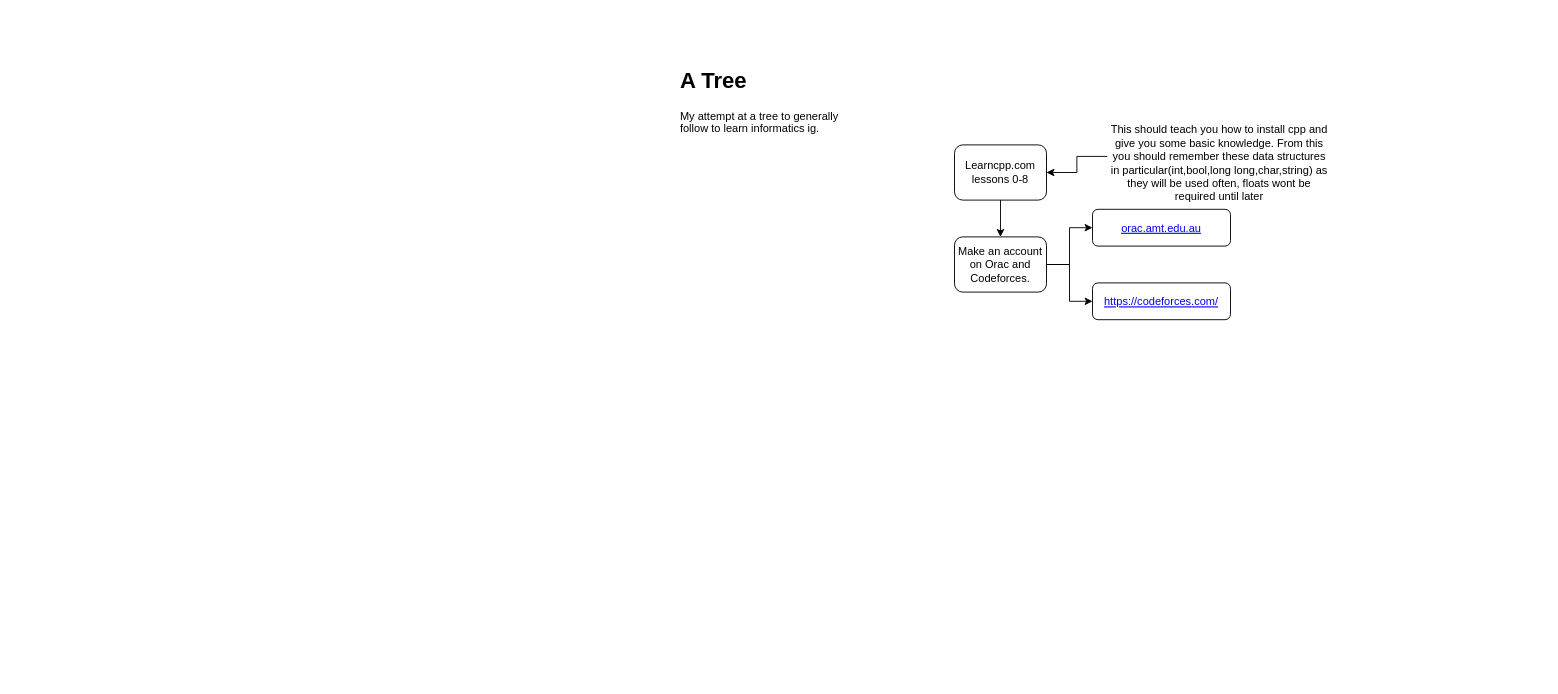
Above: aio.drawio in RainFox141/tree (draw.io), before the change. Source tidied: cells renumbered, new cells numbered last; positions are measured from the earlier drawing's top-left corner, leaving out a move shared by most shapes. Both pictures are drawn from the tidied source at 92%, with x=0, y=0 at pixel (678, 62).
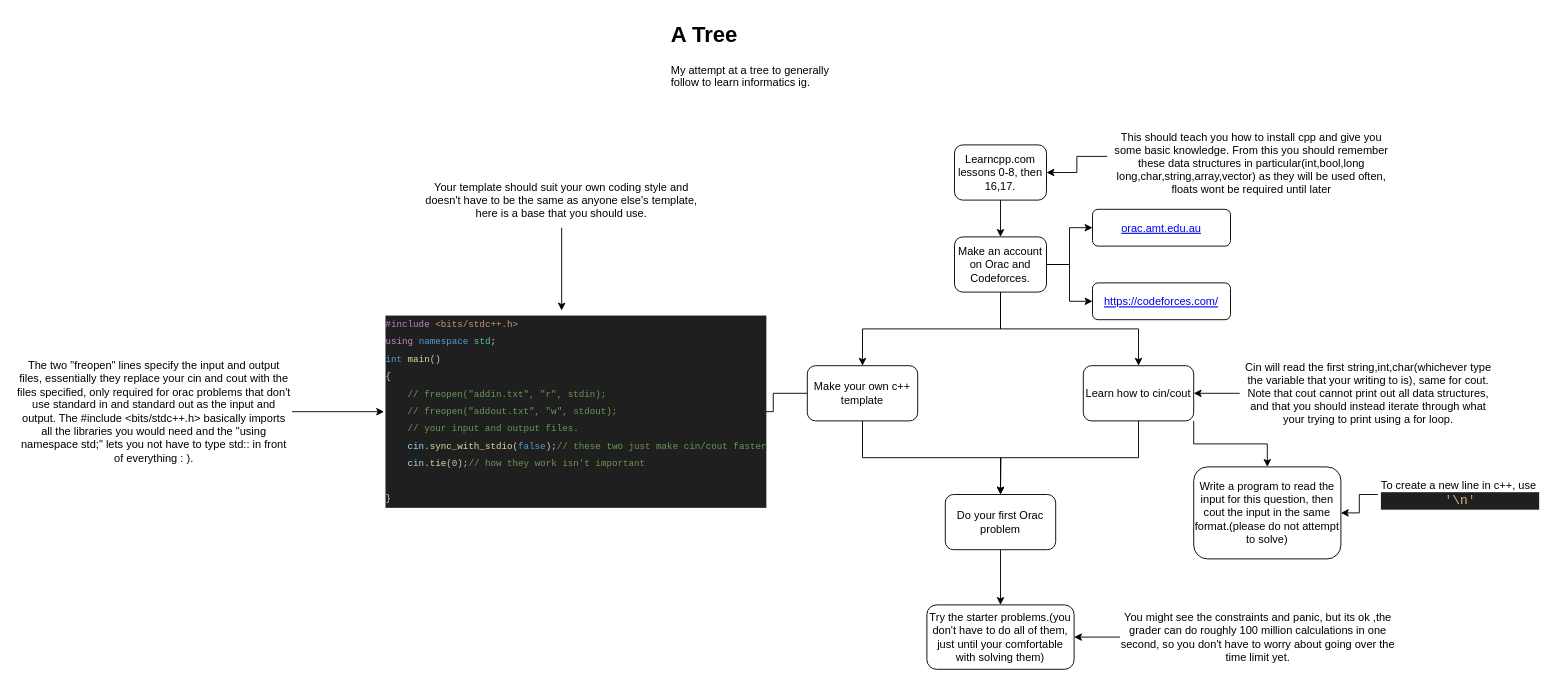
After the change.

The change refers to these unchanged cells:
```xml
<mxCell id="9" value="Make an account on Orac and Codeforces." style="rounded=1;whiteSpace=wrap;html=1;" parent="1" vertex="1">
  <mxGeometry x="300" y="190" width="100" height="60" as="geometry" />
</mxCell>
```

Diff of the diagram source:
```diff
@@
     <mxCell id="2" value="&lt;h1 style=&quot;margin-top: 0px;&quot;&gt;A Tree&lt;br&gt;&lt;/h1&gt;&lt;p&gt;My attempt at a tree to generally follow to learn informatics ig.&lt;br&gt;&lt;/p&gt;" style="text;html=1;whiteSpace=wrap;overflow=hidden;rounded=0;" parent="1" vertex="1">
-      <mxGeometry width="180" height="140" as="geometry" />
+      <mxGeometry x="-10" y="-50" width="180" height="140" as="geometry" />
     </mxCell>
@@
-    <mxCell id="4" value="Learncpp.com lessons 0-8" style="rounded=1;whiteSpace=wrap;html=1;" parent="1" vertex="1">
+    <mxCell id="4" value="Learncpp.com lessons 0-8, then 16,17." style="rounded=1;whiteSpace=wrap;html=1;" parent="1" vertex="1">
       <mxGeometry x="300" y="90" width="100" height="60" as="geometry" />
     </mxCell>
@@
-    <mxCell id="6" value="This should teach you how to install cpp and give you some basic knowledge. From this you should remember these data structures in particular(int,bool,long long,char,string) as they will be used often, floats wont be required until later" style="text;html=1;align=center;verticalAlign=middle;whiteSpace=wrap;rounded=0;" parent="1" vertex="1">
-      <mxGeometry x="466" y="95" width="244" height="30" as="geometry" />
+    <mxCell id="6" value="This should teach you how to install cpp and give you some basic knowledge. From this you should remember these data structures in particular(int,bool,long long,char,string,array,vector) as they will be used often, floats wont be required until later" style="text;html=1;align=center;verticalAlign=middle;whiteSpace=wrap;rounded=0;" parent="1" vertex="1">
+      <mxGeometry x="466" y="95" width="314" height="30" as="geometry" />
     </mxCell>
@@
+    <mxCell id="12" style="edgeStyle=orthogonalEdgeStyle;rounded=0;jettySize=auto;html=1;exitX=0.5;exitY=1;exitDx=0;exitDy=0;entryX=0.5;entryY=0;entryDx=0;entryDy=0;" parent="1" edge="1" source="9" target="16">
+      <mxGeometry relative="1" as="geometry" />
+    </mxCell>
+    <mxCell id="13" style="edgeStyle=orthogonalEdgeStyle;rounded=0;jettySize=auto;html=1;exitX=0.5;exitY=1;exitDx=0;exitDy=0;" parent="1" edge="1" source="9" target="24">
+      <mxGeometry relative="1" as="geometry" />
+    </mxCell>
@@
+    <mxCell id="14" style="edgeStyle=orthogonalEdgeStyle;rounded=0;jettySize=auto;html=1;exitX=0;exitY=0.5;exitDx=0;exitDy=0;entryX=1;entryY=0.5;entryDx=0;entryDy=0;" parent="1" edge="1" source="16" target="19">
+      <mxGeometry relative="1" as="geometry" />
+    </mxCell>
+    <mxCell id="15" style="edgeStyle=orthogonalEdgeStyle;rounded=0;jettySize=auto;html=1;exitX=0.5;exitY=1;exitDx=0;exitDy=0;" parent="1" edge="1" source="16">
+      <mxGeometry relative="1" as="geometry">
+        <mxPoint x="350" y="470" as="targetPoint" />
+      </mxGeometry>
+    </mxCell>
+    <mxCell id="16" value="Make your own c++ template" style="rounded=1;whiteSpace=wrap;html=1;" parent="1" vertex="1">
+      <mxGeometry x="140" y="330" width="120" height="60" as="geometry" />
+    </mxCell>
+    <mxCell id="17" style="edgeStyle=orthogonalEdgeStyle;rounded=0;jettySize=auto;html=1;exitX=0.5;exitY=1;exitDx=0;exitDy=0;entryX=0.5;entryY=0;entryDx=0;entryDy=0;" parent="1" edge="1" source="18" target="19">
+      <mxGeometry relative="1" as="geometry" />
+    </mxCell>
+    <mxCell id="18" value="Your template should suit your own coding style and doesn't have to be the same as anyone else's template, here is a base that you should use.&lt;br&gt;&lt;br&gt;&lt;div&gt;&lt;br/&gt;&lt;/div&gt;" style="text;html=1;align=center;verticalAlign=middle;whiteSpace=wrap;rounded=0;" parent="1" vertex="1">
+      <mxGeometry x="-284" y="150" width="314" height="30" as="geometry" />
+    </mxCell>
+    <mxCell id="19" value="&lt;div style=&quot;color: rgb(204, 204, 204); background-color: rgb(31, 31, 31); font-family: Consolas, &amp;quot;Courier New&amp;quot;, monospace; font-weight: normal; line-height: 19px; white-space: pre;&quot;&gt;&lt;div&gt;&lt;span style=&quot;color: #c586c0;&quot;&gt;#include&lt;/span&gt;&lt;span style=&quot;color: #569cd6;&quot;&gt; &lt;/span&gt;&lt;span style=&quot;color: #ce9178;&quot;&gt;&amp;lt;bits/stdc++.h&amp;gt;&lt;/span&gt;&lt;/div&gt;&lt;div&gt;&lt;span style=&quot;color: #c586c0;&quot;&gt;using&lt;/span&gt;&lt;span style=&quot;color: #cccccc;&quot;&gt; &lt;/span&gt;&lt;span style=&quot;color: #569cd6;&quot;&gt;namespace&lt;/span&gt;&lt;span style=&quot;color: #cccccc;&quot;&gt; &lt;/span&gt;&lt;span style=&quot;color: #4ec9b0;&quot;&gt;std&lt;/span&gt;&lt;span style=&quot;color: #cccccc;&quot;&gt;;&lt;/span&gt;&lt;/div&gt;&lt;div&gt;&lt;span style=&quot;color: #569cd6;&quot;&gt;int&lt;/span&gt;&lt;span style=&quot;color: #cccccc;&quot;&gt; &lt;/span&gt;&lt;span style=&quot;color: #dcdcaa;&quot;&gt;main&lt;/span&gt;&lt;span style=&quot;color: #cccccc;&quot;&gt;()&lt;/span&gt;&lt;/div&gt;&lt;div&gt;&lt;span style=&quot;color: #cccccc;&quot;&gt;{&lt;/span&gt;&lt;/div&gt;&lt;div&gt;&lt;span style=&quot;color: #6a9955;&quot;&gt;&amp;nbsp; &amp;nbsp; // freopen(&quot;addin.txt&quot;, &quot;r&quot;, stdin);&lt;/span&gt;&lt;/div&gt;&lt;div&gt;&lt;span style=&quot;color: #6a9955;&quot;&gt;&amp;nbsp; &amp;nbsp; // freopen(&quot;addout.txt&quot;, &quot;w&quot;, stdout); &amp;nbsp;&lt;/span&gt;&lt;/div&gt;&lt;div&gt;&lt;span style=&quot;color: #6a9955;&quot;&gt;&amp;nbsp; &amp;nbsp; // your input and output files.&lt;/span&gt;&lt;/div&gt;&lt;div&gt;&lt;span style=&quot;color: #cccccc;&quot;&gt;&amp;nbsp; &amp;nbsp; &lt;/span&gt;&lt;span style=&quot;color: #9cdcfe;&quot;&gt;cin&lt;/span&gt;&lt;span style=&quot;color: #cccccc;&quot;&gt;.&lt;/span&gt;&lt;span style=&quot;color: #dcdcaa;&quot;&gt;sync_with_stdio&lt;/span&gt;&lt;span style=&quot;color: #cccccc;&quot;&gt;(&lt;/span&gt;&lt;span style=&quot;color: #569cd6;&quot;&gt;false&lt;/span&gt;&lt;span style=&quot;color: #cccccc;&quot;&gt;);&lt;/span&gt;&lt;span style=&quot;color: #6a9955;&quot;&gt;// these two just make cin/cout faster&lt;/span&gt;&lt;/div&gt;&lt;div&gt;&lt;span style=&quot;color: #cccccc;&quot;&gt;&amp;nbsp; &amp;nbsp; &lt;/span&gt;&lt;span style=&quot;color: #9cdcfe;&quot;&gt;cin&lt;/span&gt;&lt;span style=&quot;color: #cccccc;&quot;&gt;.&lt;/span&gt;&lt;span style=&quot;color: #dcdcaa;&quot;&gt;tie&lt;/span&gt;&lt;span style=&quot;color: #cccccc;&quot;&gt;(&lt;/span&gt;&lt;span style=&quot;color: #b5cea8;&quot;&gt;0&lt;/span&gt;&lt;span style=&quot;color: #cccccc;&quot;&gt;);&lt;/span&gt;&lt;span style=&quot;color: #6a9955;&quot;&gt;// how they work isn't important&lt;/span&gt;&lt;/div&gt;&lt;br&gt;&lt;div&gt;&lt;span style=&quot;color: #cccccc;&quot;&gt;}&lt;/span&gt;&lt;/div&gt;&lt;/div&gt;" style="text;html=1;align=left;verticalAlign=middle;whiteSpace=wrap;rounded=0;glass=0;fontSize=10;" parent="1" vertex="1">
+      <mxGeometry x="-320" y="270" width="386" height="220" as="geometry" />
+    </mxCell>
+    <mxCell id="20" style="edgeStyle=orthogonalEdgeStyle;rounded=0;jettySize=auto;html=1;exitX=1;exitY=0.5;exitDx=0;exitDy=0;entryX=0;entryY=0.5;entryDx=0;entryDy=0;" parent="1" edge="1" source="21" target="19">
+      <mxGeometry relative="1" as="geometry" />
+    </mxCell>
+    <mxCell id="21" value="The two &quot;freopen&quot; lines specify the input and output files, essentially they replace your cin and cout with the files specified, only required for orac problems that don't use standard in and standard out as the input and output. The #include &amp;lt;bits/stdc++.h&amp;gt; basically imports all the libraries you would need and the &quot;using namespace std;&quot; lets you not have to type std:: in front of everything : )." style="text;html=1;align=center;verticalAlign=middle;whiteSpace=wrap;rounded=0;" parent="1" vertex="1">
+      <mxGeometry x="-720" y="320" width="300" height="120" as="geometry" />
+    </mxCell>
+    <mxCell id="22" style="edgeStyle=orthogonalEdgeStyle;rounded=0;jettySize=auto;html=1;exitX=0.5;exitY=1;exitDx=0;exitDy=0;entryX=0.5;entryY=0;entryDx=0;entryDy=0;" parent="1" edge="1" source="24" target="28">
+      <mxGeometry relative="1" as="geometry" />
+    </mxCell>
+    <mxCell id="23" style="edgeStyle=orthogonalEdgeStyle;rounded=0;jettySize=auto;html=1;exitX=1;exitY=1;exitDx=0;exitDy=0;entryX=0.5;entryY=0;entryDx=0;entryDy=0;" parent="1" edge="1" source="24" target="29">
+      <mxGeometry relative="1" as="geometry" />
+    </mxCell>
+    <mxCell id="24" value="Learn how to cin/cout" style="rounded=1;whiteSpace=wrap;html=1;" parent="1" vertex="1">
+      <mxGeometry x="440" y="330" width="120" height="60" as="geometry" />
+    </mxCell>
+    <mxCell id="25" style="edgeStyle=orthogonalEdgeStyle;rounded=0;jettySize=auto;html=1;exitX=0;exitY=0.5;exitDx=0;exitDy=0;entryX=1;entryY=0.5;entryDx=0;entryDy=0;" parent="1" edge="1" source="26" target="24">
+      <mxGeometry relative="1" as="geometry" />
+    </mxCell>
+    <mxCell id="26" value="Cin will read the first string,int,char(whichever type the variable that your writing to is), same for cout. Note that cout cannot print out all data structures, and that you should instead iterate through what your trying to print using a for loop." style="text;html=1;align=center;verticalAlign=middle;whiteSpace=wrap;rounded=0;" parent="1" vertex="1">
+      <mxGeometry x="610" y="327.5" width="280" height="65" as="geometry" />
+    </mxCell>
+    <mxCell id="27" style="edgeStyle=orthogonalEdgeStyle;rounded=0;jettySize=auto;html=1;exitX=0.5;exitY=1;exitDx=0;exitDy=0;entryX=0.5;entryY=0;entryDx=0;entryDy=0;" parent="1" edge="1" source="28" target="32">
+      <mxGeometry relative="1" as="geometry" />
+    </mxCell>
+    <mxCell id="28" value="Do your first Orac problem" style="rounded=1;whiteSpace=wrap;html=1;" parent="1" vertex="1">
+      <mxGeometry x="290" y="470" width="120" height="60" as="geometry" />
+    </mxCell>
+    <mxCell id="29" value="&lt;div&gt;Write a program to read the input for this question, then cout the input in the same format.(please do not attempt to solve)&lt;/div&gt;" style="rounded=1;whiteSpace=wrap;html=1;" parent="1" vertex="1">
+      <mxGeometry x="560" y="440" width="160" height="100" as="geometry" />
+    </mxCell>
+    <mxCell id="30" style="edgeStyle=orthogonalEdgeStyle;rounded=0;jettySize=auto;html=1;exitX=0;exitY=0.5;exitDx=0;exitDy=0;entryX=1;entryY=0.5;entryDx=0;entryDy=0;" parent="1" edge="1" source="31" target="29">
+      <mxGeometry relative="1" as="geometry" />
+    </mxCell>
+    <mxCell id="31" value="To create a new line in c++, use&amp;nbsp;&lt;div style=&quot;color: #cccccc;background-color: #1f1f1f;font-family: Consolas, 'Courier New', monospace;font-weight: normal;font-size: 14px;line-height: 19px;white-space: pre;&quot;&gt;&lt;div&gt;&lt;span style=&quot;color: #ce9178;&quot;&gt;'&lt;/span&gt;&lt;span style=&quot;color: #d7ba7d;&quot;&gt;\n&lt;/span&gt;&lt;span style=&quot;color: #ce9178;&quot;&gt;'&lt;/span&gt;&lt;/div&gt;&lt;/div&gt; " style="text;html=1;align=center;verticalAlign=middle;whiteSpace=wrap;rounded=0;" parent="1" vertex="1">
+      <mxGeometry x="760" y="450" width="180" height="40" as="geometry" />
+    </mxCell>
+    <mxCell id="32" value="Try the starter problems.(you don't have to do all of them, just until your comfortable with solving them)" style="rounded=1;whiteSpace=wrap;html=1;" parent="1" vertex="1">
+      <mxGeometry x="270" y="590" width="160" height="70" as="geometry" />
+    </mxCell>
+    <mxCell id="33" style="edgeStyle=orthogonalEdgeStyle;rounded=0;jettySize=auto;html=1;exitX=0;exitY=0.5;exitDx=0;exitDy=0;entryX=1;entryY=0.5;entryDx=0;entryDy=0;" parent="1" edge="1" source="34" target="32">
+      <mxGeometry relative="1" as="geometry" />
+    </mxCell>
+    <mxCell id="34" value="You might see the constraints and panic, but its ok ,the grader can do roughly 100 million calculations in one second, so you don't have to worry about going over the time limit yet." style="text;html=1;align=center;verticalAlign=middle;whiteSpace=wrap;rounded=0;" parent="1" vertex="1">
+      <mxGeometry x="480" y="580" width="300" height="90" as="geometry" />
+    </mxCell>
```
